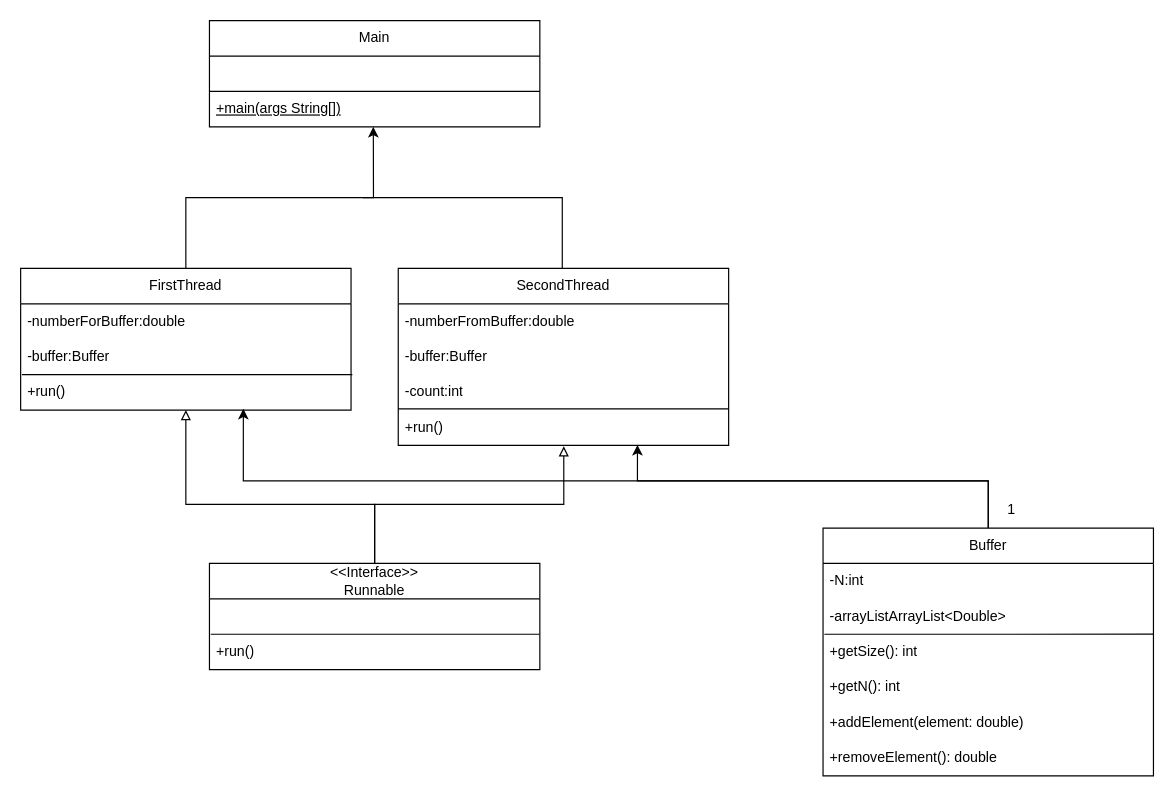
The draw.io diagram Диаграмма без названия (8).drawio in CrusaderKleptoman/trainThread, before the edit. Source tidied: cells renumbered, new cells numbered last; positions are measured from the earlier drawing's top-left corner, leaving out a move shared by most shapes. Both pictures are drawn from the tidied source at 118%, with x=0, y=0 at pixel (20, 20).
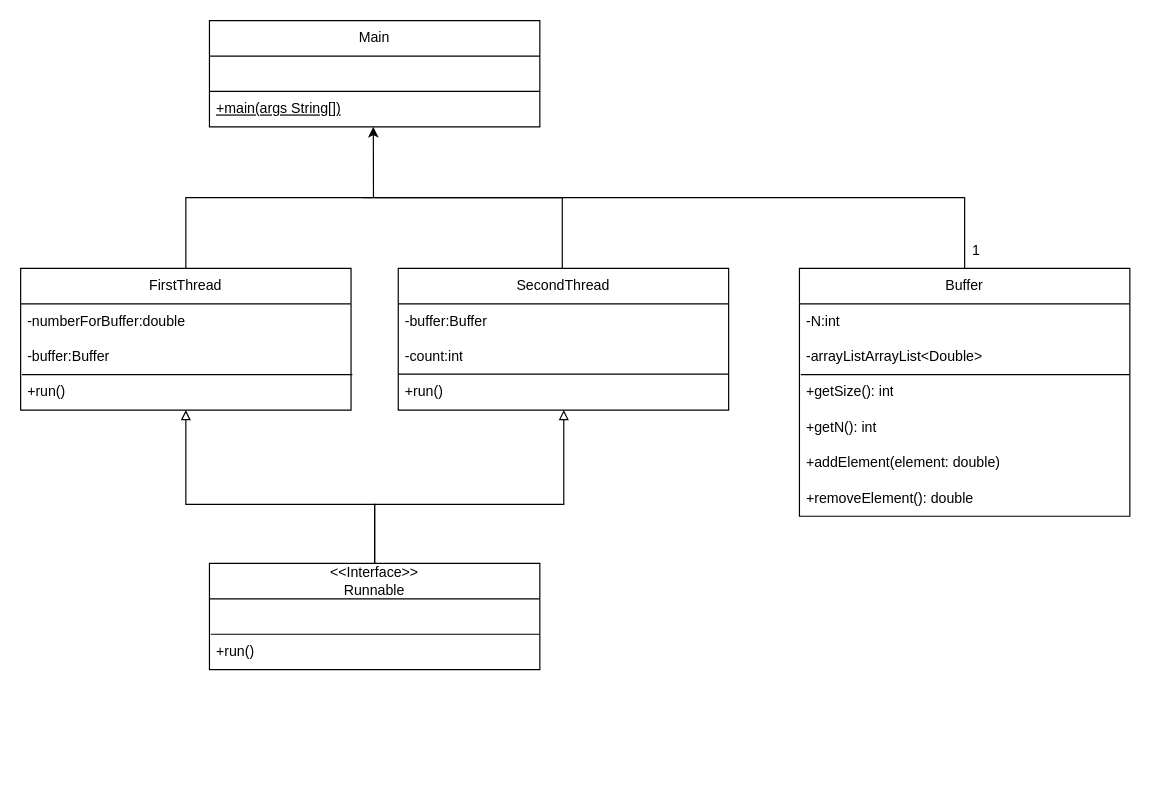
After the change.

The change refers to these unchanged cells:
```xml
<mxCell id="5" value="+run()" style="text;strokeColor=none;fillColor=none;align=left;verticalAlign=middle;spacingLeft=4;spacingRight=4;overflow=hidden;points=[[0,0.5],[1,0.5]];portConstraint=eastwest;whiteSpace=wrap;html=1;" parent="2" vertex="1">
  <mxGeometry y="90" width="280" height="30" as="geometry" />
</mxCell>
<mxCell id="27" value="&lt;div&gt;&amp;lt;&amp;lt;Interface&amp;gt;&amp;gt;&lt;/div&gt;&lt;div&gt;Runnable&lt;/div&gt;" style="swimlane;fontStyle=0;horizontal=1;startSize=30;whiteSpace=wrap;html=1;" parent="1" vertex="1">
  <mxGeometry x="160" y="460" width="280" height="90" as="geometry" />
</mxCell>
```

What changed in the source:
```diff
@@
     <mxCell id="7" value="Buffer" style="swimlane;fontStyle=0;horizontal=1;startSize=30;whiteSpace=wrap;html=1;" parent="1" vertex="1">
-      <mxGeometry x="680" y="430" width="280" height="210" as="geometry" />
+      <mxGeometry x="660" y="210" width="280" height="210" as="geometry" />
     </mxCell>
+    <mxCell id="34" style="edgeStyle=orthogonalEdgeStyle;rounded=0;orthogonalLoop=1;jettySize=auto;html=1;endArrow=none;endFill=0;" parent="7" edge="1">
+      <mxGeometry relative="1" as="geometry">
+        <mxPoint x="140" as="sourcePoint" />
+        <mxPoint x="-360" y="-60" as="targetPoint" />
+        <Array as="points">
+          <mxPoint x="140" />
+          <mxPoint x="140" y="-60" />
+        </Array>
+      </mxGeometry>
+    </mxCell>
@@
     <mxCell id="19" value="SecondThread" style="swimlane;fontStyle=0;horizontal=1;startSize=30;whiteSpace=wrap;html=1;" parent="1" vertex="1">
-      <mxGeometry x="320" y="210" width="280" height="150" as="geometry" />
+      <mxGeometry x="320" y="210" width="280" height="120" as="geometry" />
     </mxCell>
-    <mxCell id="20" value="-numberFromBuffer:double" style="text;strokeColor=none;fillColor=none;align=left;verticalAlign=middle;spacingLeft=4;spacingRight=4;overflow=hidden;whiteSpace=wrap;html=1;" parent="19" vertex="1">
-      <mxGeometry y="30" width="280" height="30" as="geometry" />
-    </mxCell>
     <mxCell id="21" value="-buffer:Buffer" style="text;strokeColor=none;fillColor=none;align=left;verticalAlign=middle;spacingLeft=4;spacingRight=4;overflow=hidden;whiteSpace=wrap;html=1;" parent="19" vertex="1">
-      <mxGeometry y="60" width="280" height="30" as="geometry" />
+      <mxGeometry y="30" width="280" height="30" as="geometry" />
     </mxCell>
     <mxCell id="22" value="-count:int" style="text;strokeColor=none;fillColor=none;align=left;verticalAlign=middle;spacingLeft=4;spacingRight=4;overflow=hidden;whiteSpace=wrap;html=1;" parent="19" vertex="1">
-      <mxGeometry y="90" width="280" height="30" as="geometry" />
+      <mxGeometry y="60" width="280" height="30" as="geometry" />
     </mxCell>
+    <mxCell id="24" value="+run()" style="text;strokeColor=none;fillColor=none;align=left;verticalAlign=middle;spacingLeft=4;spacingRight=4;overflow=hidden;points=[[0,0.5],[1,0.5]];portConstraint=eastwest;whiteSpace=wrap;html=1;" parent="19" vertex="1">
+      <mxGeometry y="90" width="280" height="30" as="geometry" />
+    </mxCell>
     <mxCell id="23" style="endArrow=none;html=1;rounded=0;exitX=1.004;exitY=0;exitDx=0;exitDy=0;entryX=0.004;entryY=0;entryDx=0;entryDy=0;exitPerimeter=0;entryPerimeter=0;" parent="19" edge="1">
       <mxGeometry relative="1" as="geometry">
-        <mxPoint x="280" y="119" as="sourcePoint" />
-        <mxPoint y="119" as="targetPoint" />
+        <mxPoint x="280" y="89.6" as="sourcePoint" />
+        <mxPoint y="89.6" as="targetPoint" />
       </mxGeometry>
     </mxCell>
-    <mxCell id="24" value="+run()" style="text;strokeColor=none;fillColor=none;align=left;verticalAlign=middle;spacingLeft=4;spacingRight=4;overflow=hidden;points=[[0,0.5],[1,0.5]];portConstraint=eastwest;whiteSpace=wrap;html=1;" parent="19" vertex="1">
-      <mxGeometry y="120" width="280" height="30" as="geometry" />
-    </mxCell>
@@
-    <mxCell id="31" style="edgeStyle=orthogonalEdgeStyle;rounded=0;jettySize=auto;html=1;exitX=0.5;exitY=0;exitDx=0;exitDy=0;entryX=0.501;entryY=1.024;entryDx=0;entryDy=0;entryPerimeter=0;endArrow=block;endFill=0;" parent="1" edge="1" source="27" target="24">
-      <mxGeometry relative="1" as="geometry" />
+    <mxCell id="31" style="edgeStyle=orthogonalEdgeStyle;rounded=0;jettySize=auto;html=1;exitX=0.5;exitY=0;exitDx=0;exitDy=0;entryX=0.501;entryY=0.998;entryDx=0;entryDy=0;entryPerimeter=0;endArrow=block;endFill=0;" parent="1" edge="1" source="27" target="24">
+      <mxGeometry relative="1" as="geometry">
+        <Array as="points">
+          <mxPoint x="300" y="410" />
+          <mxPoint x="460" y="410" />
+        </Array>
+      </mxGeometry>
     </mxCell>
@@
-    <mxCell id="33" style="edgeStyle=orthogonalEdgeStyle;rounded=0;jettySize=auto;html=1;exitX=0.5;exitY=0;exitDx=0;exitDy=0;entryX=0.674;entryY=0.965;entryDx=0;entryDy=0;entryPerimeter=0;" parent="1" edge="1" source="7" target="5">
-      <mxGeometry relative="1" as="geometry">
-        <Array as="points">
-          <mxPoint x="820" y="390" />
-          <mxPoint x="189" y="390" />
-        </Array>
-      </mxGeometry>
-    </mxCell>
-    <mxCell id="34" style="edgeStyle=orthogonalEdgeStyle;rounded=0;jettySize=auto;html=1;exitX=0.5;exitY=0;exitDx=0;exitDy=0;entryX=0.724;entryY=0.984;entryDx=0;entryDy=0;entryPerimeter=0;" parent="1" edge="1" source="7" target="24">
-      <mxGeometry relative="1" as="geometry">
-        <Array as="points">
-          <mxPoint x="820" y="390" />
-          <mxPoint x="523" y="390" />
-        </Array>
-      </mxGeometry>
-    </mxCell>
     <mxCell id="35" value="1" style="text;html=1;align=center;verticalAlign=middle;whiteSpace=wrap;rounded=0;" parent="1" vertex="1">
-      <mxGeometry x="810" y="400" width="60" height="30" as="geometry" />
+      <mxGeometry x="780" y="180" width="60" height="30" as="geometry" />
     </mxCell>
```
